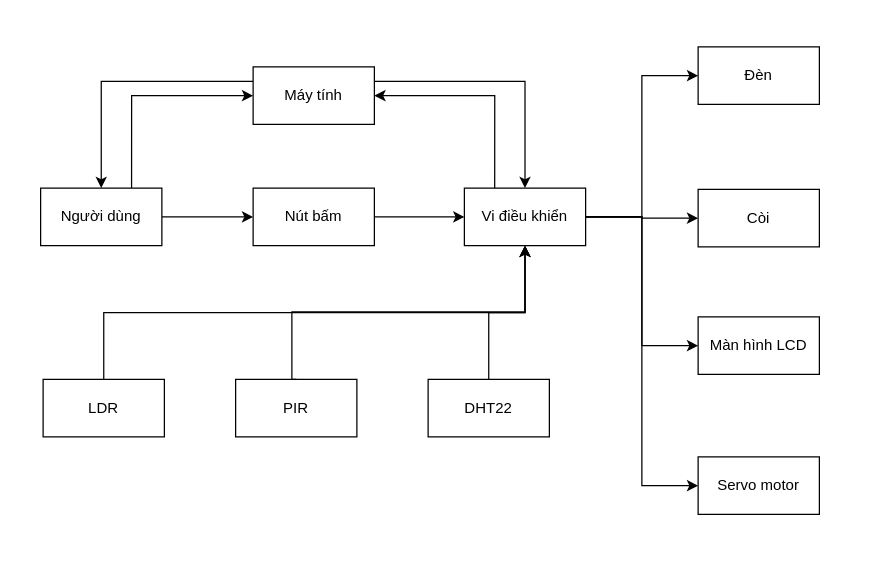
Before: page "Page-1" (1 of 2) of Untitled Diagram.drawio in nghiafl1/spring-boot-learning, a draw.io diagram. Source tidied: cells renumbered, new cells numbered last; positions are measured from the earlier drawing's top-left corner, leaving out a move shared by most shapes. Both pictures are drawn from the tidied source at 125%, with x=0, y=0 at pixel (40, 46).
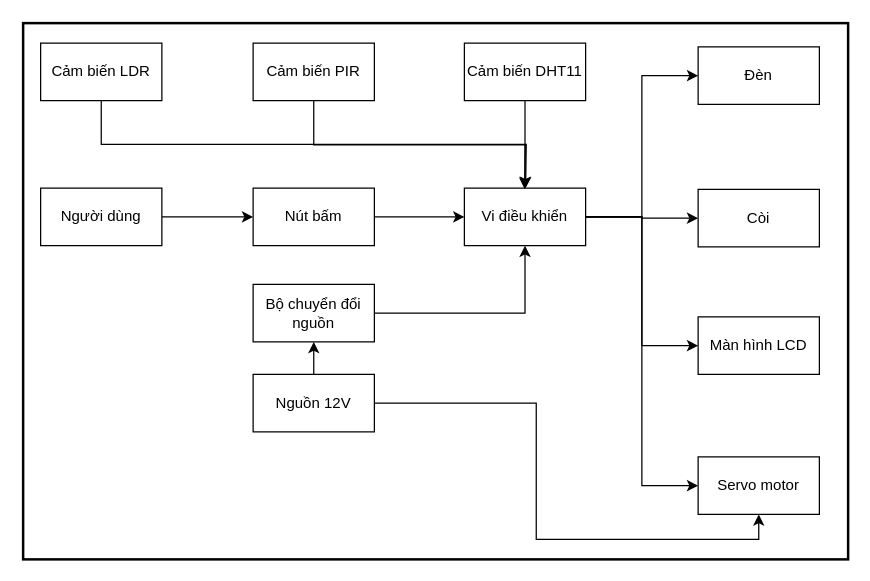
The same page after the edit.

Unchanged cells that the change refers to:
```xml
<mxCell id="4" value="&lt;div&gt;Người dùng&lt;/div&gt;" style="rounded=0;whiteSpace=wrap;html=1;" parent="1" vertex="1">
  <mxGeometry y="113" width="97" height="46" as="geometry" />
</mxCell>
<mxCell id="12" value="&lt;div&gt;Vi điều khiển&lt;/div&gt;" style="rounded=0;whiteSpace=wrap;html=1;" parent="1" vertex="1">
  <mxGeometry x="339" y="113" width="97" height="46" as="geometry" />
</mxCell>
<mxCell id="16" value="&lt;div&gt;Servo motor&lt;/div&gt;" style="rounded=0;whiteSpace=wrap;html=1;" parent="1" vertex="1">
  <mxGeometry x="526" y="328" width="97" height="46" as="geometry" />
</mxCell>
```

Diff of the diagram source:
```diff
@@
+    <mxCell id="26" style="rounded=0;whiteSpace=wrap;html=1;rotation=0;strokeColor=default;strokeWidth=2;" parent="1" vertex="1">
+      <mxGeometry x="-14" y="-19" width="660" height="429" as="geometry" />
+    </mxCell>
@@
-    <mxCell id="3" style="edgeStyle=orthogonalEdgeStyle;rounded=0;jettySize=auto;html=1;exitX=0.75;exitY=0;exitDx=0;exitDy=0;entryX=0;entryY=0.5;entryDx=0;entryDy=0;" parent="1" edge="1" source="4" target="25">
-      <mxGeometry relative="1" as="geometry" />
-    </mxCell>
@@
-    <mxCell id="11" style="edgeStyle=orthogonalEdgeStyle;rounded=0;jettySize=auto;html=1;exitX=0.25;exitY=0;exitDx=0;exitDy=0;entryX=1;entryY=0.5;entryDx=0;entryDy=0;" parent="1" edge="1" source="12" target="25">
-      <mxGeometry relative="1" as="geometry" />
-    </mxCell>
@@
-    <mxCell id="17" style="edgeStyle=orthogonalEdgeStyle;rounded=0;jettySize=auto;html=1;exitX=0.5;exitY=0;exitDx=0;exitDy=0;entryX=0.5;entryY=1;entryDx=0;entryDy=0;" parent="1" edge="1" source="18" target="12">
-      <mxGeometry relative="1" as="geometry" />
-    </mxCell>
+    <mxCell id="27" style="edgeStyle=orthogonalEdgeStyle;rounded=0;jettySize=auto;html=1;exitX=0.5;exitY=1;exitDx=0;exitDy=0;" parent="1" edge="1" source="18">
+      <mxGeometry relative="1" as="geometry">
+        <mxPoint x="388" y="113" as="targetPoint" />
+      </mxGeometry>
+    </mxCell>
-    <mxCell id="18" value="LDR" style="rounded=0;whiteSpace=wrap;html=1;" parent="1" vertex="1">
-      <mxGeometry x="2" y="266" width="97" height="46" as="geometry" />
+    <mxCell id="18" value="Cảm biến LDR" style="rounded=0;whiteSpace=wrap;html=1;" parent="1" vertex="1">
+      <mxGeometry y="-3" width="97" height="46" as="geometry" />
     </mxCell>
-    <mxCell id="19" style="edgeStyle=orthogonalEdgeStyle;rounded=0;jettySize=auto;html=1;exitX=0.5;exitY=0;exitDx=0;exitDy=0;entryX=0.5;entryY=1;entryDx=0;entryDy=0;" parent="1" edge="1" source="20" target="12">
-      <mxGeometry relative="1" as="geometry">
-        <Array as="points">
-          <mxPoint x="201" y="212" />
-          <mxPoint x="388" y="212" />
-        </Array>
-      </mxGeometry>
-    </mxCell>
+    <mxCell id="28" style="edgeStyle=orthogonalEdgeStyle;rounded=0;jettySize=auto;html=1;exitX=0.5;exitY=1;exitDx=0;exitDy=0;" parent="1" edge="1" source="20">
+      <mxGeometry relative="1" as="geometry">
+        <mxPoint x="387.2" y="113.8" as="targetPoint" />
+      </mxGeometry>
+    </mxCell>
-    <mxCell id="20" value="PIR" style="rounded=0;whiteSpace=wrap;html=1;" parent="1" vertex="1">
-      <mxGeometry x="156" y="266" width="97" height="46" as="geometry" />
+    <mxCell id="20" value="Cảm biến PIR" style="rounded=0;whiteSpace=wrap;html=1;" parent="1" vertex="1">
+      <mxGeometry x="170" y="-3" width="97" height="46" as="geometry" />
     </mxCell>
-    <mxCell id="21" style="edgeStyle=orthogonalEdgeStyle;rounded=0;jettySize=auto;html=1;exitX=0.5;exitY=0;exitDx=0;exitDy=0;entryX=0.5;entryY=1;entryDx=0;entryDy=0;" parent="1" edge="1" source="22" target="12">
-      <mxGeometry relative="1" as="geometry" />
+    <mxCell id="21" style="edgeStyle=orthogonalEdgeStyle;rounded=0;jettySize=auto;html=1;exitX=0.5;exitY=1;exitDx=0;exitDy=0;entryX=0.5;entryY=0;entryDx=0;entryDy=0;" parent="1" edge="1" source="22" target="12">
+      <mxGeometry relative="1" as="geometry">
+        <Array as="points">
+          <mxPoint x="388" y="89" />
+          <mxPoint x="388" y="89" />
+        </Array>
+      </mxGeometry>
     </mxCell>
-    <mxCell id="22" value="DHT22" style="rounded=0;whiteSpace=wrap;html=1;" parent="1" vertex="1">
-      <mxGeometry x="310" y="266" width="97" height="46" as="geometry" />
+    <mxCell id="22" value="Cảm biến DHT11" style="rounded=0;whiteSpace=wrap;html=1;" parent="1" vertex="1">
+      <mxGeometry x="339" y="-3" width="97" height="46" as="geometry" />
     </mxCell>
-    <mxCell id="23" style="edgeStyle=orthogonalEdgeStyle;rounded=0;jettySize=auto;html=1;exitX=1;exitY=0.25;exitDx=0;exitDy=0;entryX=0.5;entryY=0;entryDx=0;entryDy=0;" parent="1" edge="1" source="25" target="12">
-      <mxGeometry relative="1" as="geometry" />
-    </mxCell>
-    <mxCell id="24" style="edgeStyle=orthogonalEdgeStyle;rounded=0;jettySize=auto;html=1;exitX=0;exitY=0.25;exitDx=0;exitDy=0;entryX=0.5;entryY=0;entryDx=0;entryDy=0;" parent="1" edge="1" source="25" target="4">
-      <mxGeometry relative="1" as="geometry" />
-    </mxCell>
-    <mxCell id="25" value="Máy tính" style="rounded=0;whiteSpace=wrap;html=1;" parent="1" vertex="1">
-      <mxGeometry x="170" y="16" width="97" height="46" as="geometry" />
-    </mxCell>
+    <mxCell id="29" style="edgeStyle=orthogonalEdgeStyle;rounded=0;jettySize=auto;html=1;exitX=1;exitY=0.5;exitDx=0;exitDy=0;entryX=0.5;entryY=1;entryDx=0;entryDy=0;" parent="1" edge="1" source="31" target="16">
+      <mxGeometry relative="1" as="geometry" />
+    </mxCell>
+    <mxCell id="30" style="edgeStyle=orthogonalEdgeStyle;rounded=0;jettySize=auto;html=1;exitX=0.5;exitY=0;exitDx=0;exitDy=0;entryX=0.5;entryY=1;entryDx=0;entryDy=0;" parent="1" edge="1" source="31" target="33">
+      <mxGeometry relative="1" as="geometry" />
+    </mxCell>
+    <mxCell id="31" value="Nguồn 12V" style="rounded=0;whiteSpace=wrap;html=1;" parent="1" vertex="1">
+      <mxGeometry x="170" y="262" width="97" height="46" as="geometry" />
+    </mxCell>
+    <mxCell id="32" style="edgeStyle=orthogonalEdgeStyle;rounded=0;jettySize=auto;html=1;exitX=1;exitY=0.5;exitDx=0;exitDy=0;entryX=0.5;entryY=1;entryDx=0;entryDy=0;" parent="1" edge="1" source="33" target="12">
+      <mxGeometry relative="1" as="geometry" />
+    </mxCell>
+    <mxCell id="33" value="Bộ chuyển đổi nguồn" style="rounded=0;whiteSpace=wrap;html=1;" parent="1" vertex="1">
+      <mxGeometry x="170" y="190" width="97" height="46" as="geometry" />
+    </mxCell>
```
